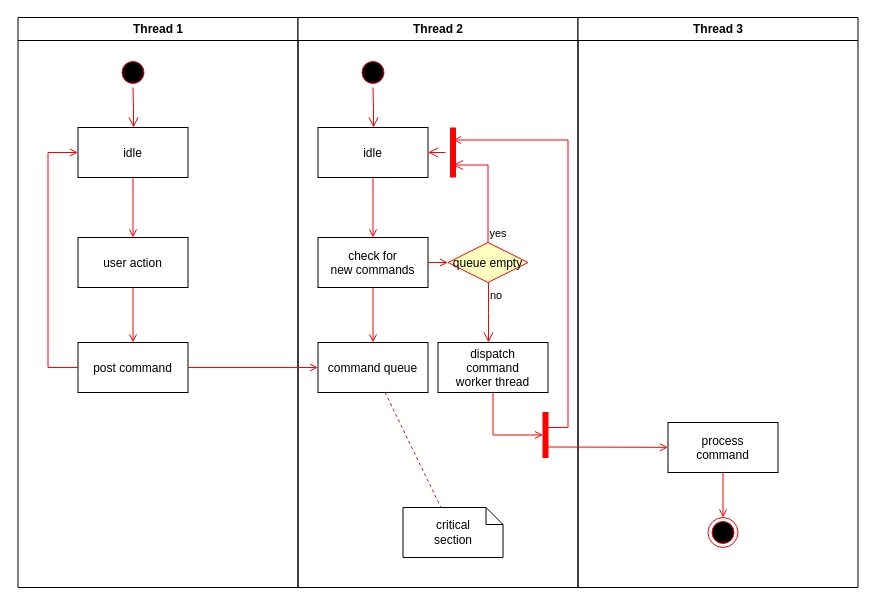
Earlier version of the draw.io diagram createproject.drawio (huangwind205/draw). Source tidied: cells renumbered, new cells numbered last; positions are measured from the earlier drawing's top-left corner, leaving out a move shared by most shapes. Both pictures are drawn from the tidied source at 100%, with x=0, y=0 at pixel (17, 17).
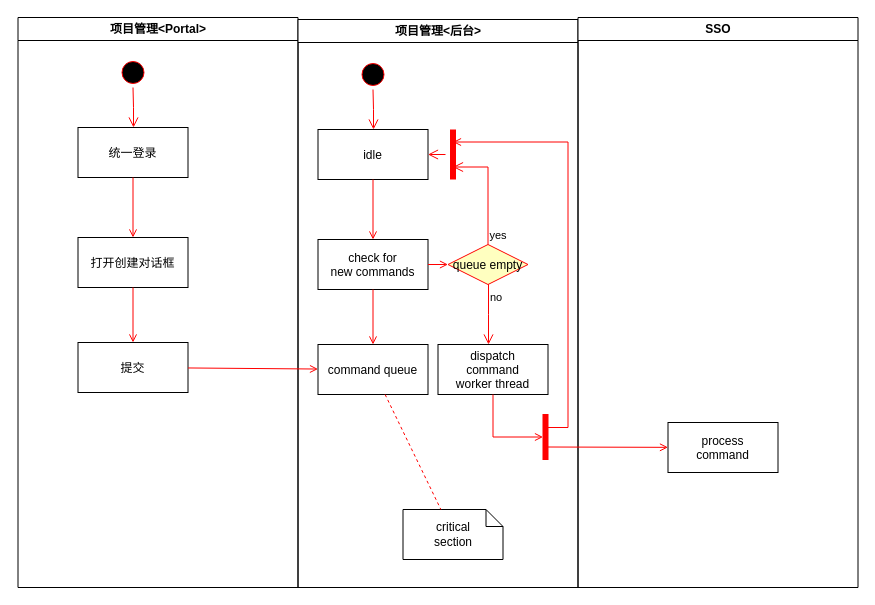
After the change.

Unchanged cells that the change refers to:
```xml
<mxCell id="31" value="process&#10;command" parent="30" vertex="1">
  <mxGeometry x="90" y="405" width="110" height="50" as="geometry" />
</mxCell>
```

What changed in the source:
```diff
@@
-    <mxCell id="2" value="Thread 1" style="swimlane;whiteSpace=wrap;" parent="1" vertex="1">
+    <mxCell id="2" value="项目管理&lt;Portal&gt;" style="swimlane;whiteSpace=wrap;" parent="1" vertex="1">
       <mxGeometry x="0.5" width="280" height="570" as="geometry" />
     </mxCell>
@@
-    <mxCell id="5" value="idle" parent="2" vertex="1">
+    <mxCell id="5" value="统一登录" parent="2" vertex="1">
       <mxGeometry x="60" y="110" width="110" height="50" as="geometry" />
     </mxCell>
-    <mxCell id="6" value="user action" parent="2" vertex="1">
+    <mxCell id="6" value="打开创建对话框" parent="2" vertex="1">
       <mxGeometry x="60" y="220" width="110" height="50" as="geometry" />
     </mxCell>
@@
-    <mxCell id="8" value="post command" parent="2" vertex="1">
+    <mxCell id="8" value="提交" parent="2" vertex="1">
       <mxGeometry x="60" y="325" width="110" height="50" as="geometry" />
     </mxCell>
@@
-    <mxCell id="10" style="edgeStyle=elbowEdgeStyle;elbow=horizontal;strokeColor=#FF0000;endArrow=open;endFill=1;rounded=0;" parent="2" edge="1" source="8" target="5">
-      <mxGeometry relative="1" as="geometry">
-        <Array as="points">
-          <mxPoint x="30" y="250" />
-        </Array>
-      </mxGeometry>
-    </mxCell>
-    <mxCell id="11" value="Thread 2" style="swimlane;whiteSpace=wrap;" parent="1" vertex="1">
-      <mxGeometry x="280.5" width="280" height="570" as="geometry" />
+    <mxCell id="11" value="项目管理&lt;后台&gt;" style="swimlane;whiteSpace=wrap;" parent="1" vertex="1">
+      <mxGeometry x="280.5" y="2" width="280" height="568" as="geometry" />
     </mxCell>
@@
-    <mxCell id="30" value="Thread 3" style="swimlane;whiteSpace=wrap;" parent="1" vertex="1">
+    <mxCell id="30" value="SSO" style="swimlane;whiteSpace=wrap;" parent="1" vertex="1">
       <mxGeometry x="560.5" width="280" height="570" as="geometry" />
     </mxCell>
@@
-    <mxCell id="34" style="ellipse;shape=endState;fillColor=#000000;strokeColor=#ff0000;" parent="30" vertex="1">
-      <mxGeometry x="130" y="500" width="30" height="30" as="geometry" />
-    </mxCell>
-    <mxCell id="35" style="endArrow=open;strokeColor=#FF0000;endFill=1;rounded=0;" parent="30" edge="1" source="31" target="34">
-      <mxGeometry relative="1" as="geometry" />
-    </mxCell>
```
